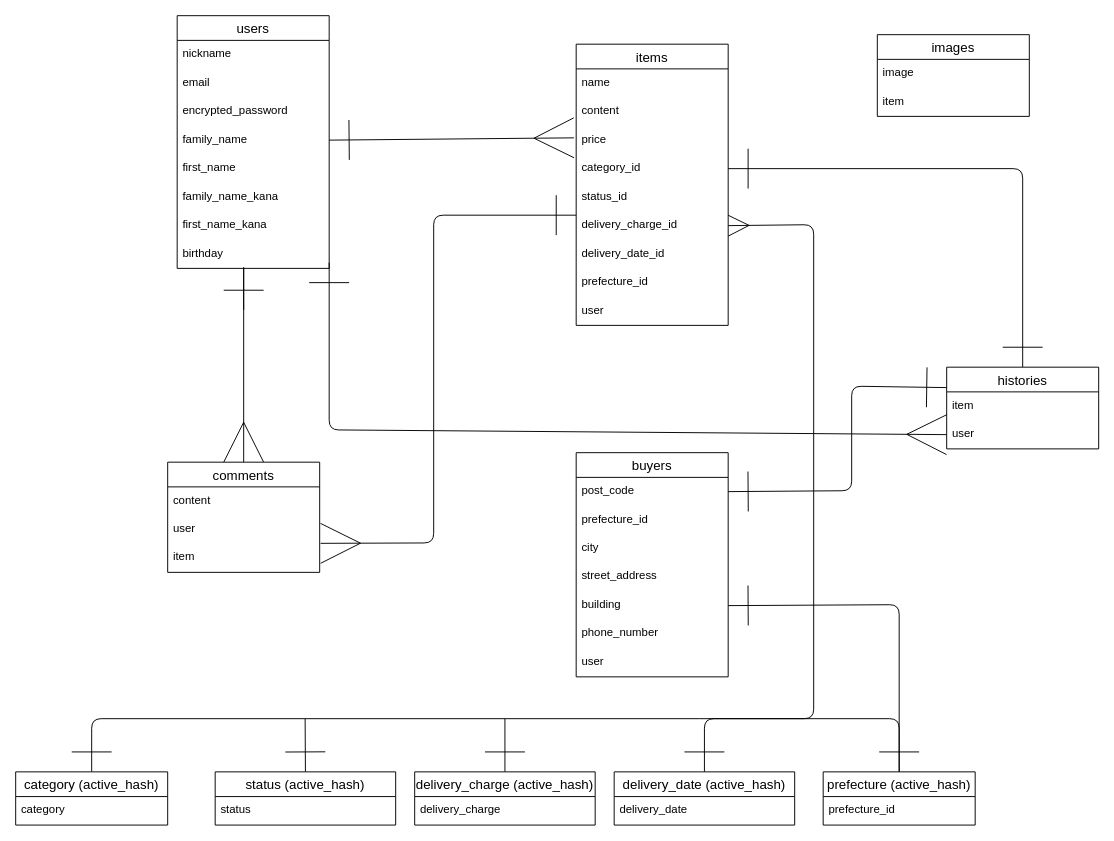
Above: test.dio in yuya-taka/furima-laiblitz-b (draw.io), before the change. Source tidied: cells renumbered, new cells numbered last; positions are measured from the earlier drawing's top-left corner, leaving out a move shared by most shapes. Both pictures are drawn from the tidied source at 95%, with x=0, y=0 at pixel (15, 15).
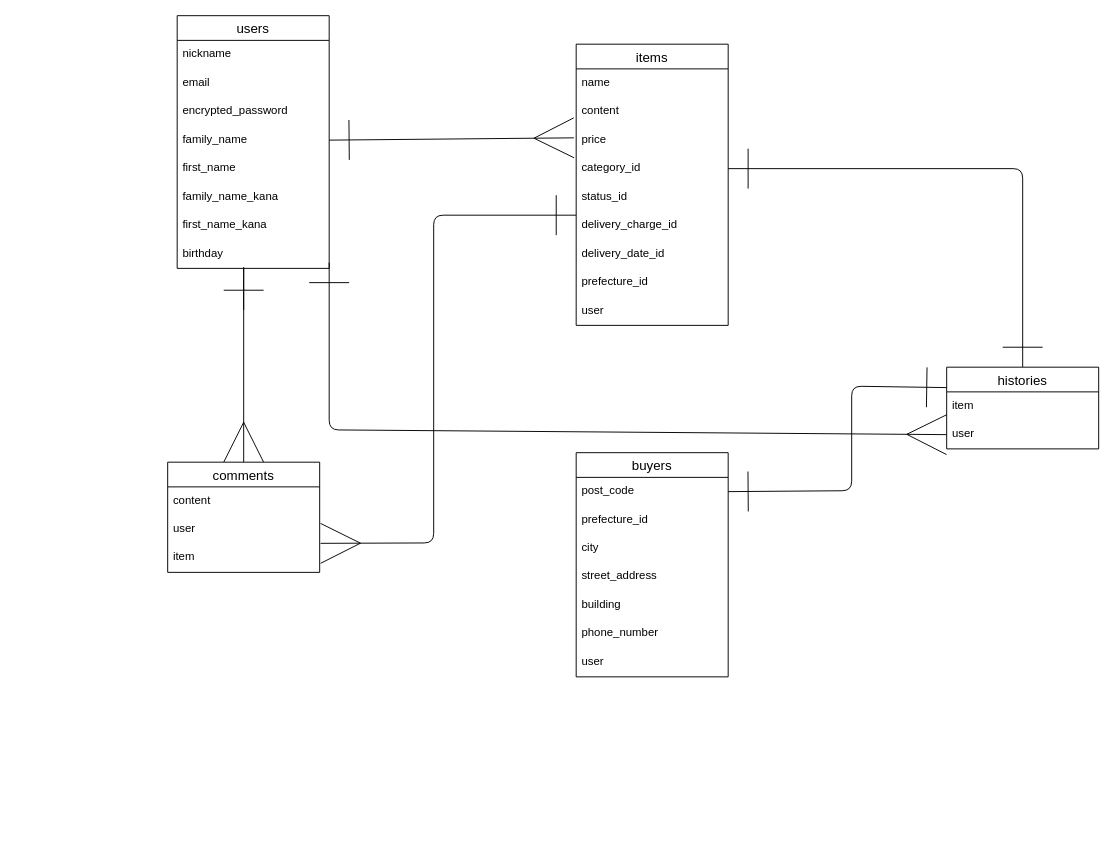
After the change.

Unchanged cells that the change refers to:
```xml
<mxCell id="17" value="delivery_charge_id" style="text;strokeColor=none;fillColor=none;spacingLeft=4;spacingRight=4;overflow=hidden;points=[[0,0.5],[1,0.5]];portConstraint=eastwest;fontSize=12;" parent="11" vertex="1">
  <mxGeometry y="176" width="160" height="30" as="geometry" />
</mxCell>
<mxCell id="26" value="building" style="text;strokeColor=none;fillColor=none;spacingLeft=4;spacingRight=4;overflow=hidden;points=[[0,0.5],[1,0.5]];portConstraint=eastwest;fontSize=12;" parent="21" vertex="1">
  <mxGeometry y="146" width="160" height="30" as="geometry" />
</mxCell>
```

What changed in the source:
```diff
@@
-    <mxCell id="36" style="edgeStyle=none;html=1;strokeWidth=1;startArrow=ERone;startFill=0;endArrow=none;endFill=0;startSize=40;endSize=40;exitX=0.5;exitY=0;exitDx=0;exitDy=0;" parent="1" edge="1" source="37">
-      <mxGeometry relative="1" as="geometry">
-        <mxPoint x="720" y="740" as="targetPoint" />
-        <Array as="points">
-          <mxPoint x="930" y="740" />
-        </Array>
-      </mxGeometry>
-    </mxCell>
-    <mxCell id="37" value="prefecture (active_hash)" style="swimlane;fontStyle=0;horizontal=1;startSize=26;align=center;fontSize=14;" parent="1" vertex="1">
-      <mxGeometry x="850" y="796" width="160" height="56" as="geometry" />
-    </mxCell>
-    <mxCell id="38" value="prefecture_id" style="text;strokeColor=none;fillColor=none;spacingLeft=4;spacingRight=4;overflow=hidden;fontSize=12;" parent="37" vertex="1">
-      <mxGeometry y="26" width="160" height="30" as="geometry" />
-    </mxCell>
-    <mxCell id="39" style="edgeStyle=none;html=1;strokeWidth=1;startArrow=ERone;startFill=0;endArrow=none;endFill=0;startSize=40;endSize=40;exitX=0.5;exitY=0;exitDx=0;exitDy=0;" parent="1" edge="1" source="40">
-      <mxGeometry relative="1" as="geometry">
-        <mxPoint x="515" y="740" as="targetPoint" />
-      </mxGeometry>
-    </mxCell>
-    <mxCell id="40" value="delivery_charge (active_hash)" style="swimlane;fontStyle=0;horizontal=1;startSize=26;align=center;fontSize=14;" parent="1" vertex="1">
-      <mxGeometry x="420" y="796" width="190" height="56" as="geometry" />
-    </mxCell>
-    <mxCell id="41" value="delivery_charge" style="text;strokeColor=none;fillColor=none;spacingLeft=4;spacingRight=4;overflow=hidden;fontSize=12;" parent="40" vertex="1">
-      <mxGeometry y="26" width="190" height="30" as="geometry" />
-    </mxCell>
-    <mxCell id="42" style="edgeStyle=none;html=1;exitX=0.5;exitY=0;exitDx=0;exitDy=0;strokeWidth=1;startArrow=ERone;startFill=0;endArrow=none;endFill=0;startSize=40;endSize=40;" parent="1" edge="1" source="43">
-      <mxGeometry relative="1" as="geometry">
-        <mxPoint x="720" y="740" as="targetPoint" />
-        <Array as="points">
-          <mxPoint x="80" y="740" />
-        </Array>
-      </mxGeometry>
-    </mxCell>
-    <mxCell id="43" value="category (active_hash)" style="swimlane;fontStyle=0;horizontal=1;startSize=26;align=center;fontSize=14;" parent="1" vertex="1">
-      <mxGeometry y="796" width="160" height="56" as="geometry" />
-    </mxCell>
-    <mxCell id="44" value="category" style="text;strokeColor=none;fillColor=none;spacingLeft=4;spacingRight=4;overflow=hidden;fontSize=12;" parent="43" vertex="1">
-      <mxGeometry y="26" width="160" height="30" as="geometry" />
-    </mxCell>
-    <mxCell id="45" style="edgeStyle=none;html=1;exitX=0.5;exitY=0;exitDx=0;exitDy=0;strokeWidth=1;startArrow=ERone;startFill=0;endArrow=ERmany;endFill=0;startSize=40;endSize=20;entryX=1;entryY=0.5;entryDx=0;entryDy=0;" parent="1" edge="1" source="46" target="17">
-      <mxGeometry relative="1" as="geometry">
-        <Array as="points">
-          <mxPoint x="725" y="740" />
-          <mxPoint x="840" y="740" />
-          <mxPoint x="840" y="220" />
-        </Array>
-      </mxGeometry>
-    </mxCell>
-    <mxCell id="46" value="delivery_date (active_hash)" style="swimlane;fontStyle=0;horizontal=1;startSize=26;align=center;fontSize=14;" parent="1" vertex="1">
-      <mxGeometry x="630" y="796" width="190" height="56" as="geometry" />
-    </mxCell>
-    <mxCell id="47" value="delivery_date" style="text;strokeColor=none;fillColor=none;spacingLeft=4;spacingRight=4;overflow=hidden;fontSize=12;" parent="46" vertex="1">
-      <mxGeometry y="26" width="190" height="30" as="geometry" />
-    </mxCell>
-    <mxCell id="48" style="edgeStyle=none;html=1;exitX=0.5;exitY=0;exitDx=0;exitDy=0;strokeWidth=1;startArrow=ERone;startFill=0;endArrow=none;endFill=0;startSize=40;endSize=40;" parent="1" edge="1" source="49">
-      <mxGeometry relative="1" as="geometry">
-        <mxPoint x="304.7" y="740" as="targetPoint" />
-      </mxGeometry>
-    </mxCell>
-    <mxCell id="49" value="status (active_hash)" style="swimlane;fontStyle=0;horizontal=1;startSize=26;align=center;fontSize=14;" parent="1" vertex="1">
-      <mxGeometry x="210" y="796" width="190" height="56" as="geometry" />
-    </mxCell>
-    <mxCell id="50" value="status" style="text;strokeColor=none;fillColor=none;spacingLeft=4;spacingRight=4;overflow=hidden;fontSize=12;" parent="49" vertex="1">
-      <mxGeometry y="26" width="190" height="30" as="geometry" />
-    </mxCell>
@@
-    <mxCell id="55" value="images" style="swimlane;fontStyle=0;horizontal=1;startSize=26;align=center;fontSize=14;" parent="1" vertex="1">
-      <mxGeometry x="907" y="20" width="160" height="86" as="geometry" />
-    </mxCell>
-    <mxCell id="56" value="image" style="text;strokeColor=none;fillColor=none;spacingLeft=4;spacingRight=4;overflow=hidden;fontSize=12;" parent="55" vertex="1">
-      <mxGeometry y="26" width="160" height="30" as="geometry" />
-    </mxCell>
-    <mxCell id="57" value="item" style="text;strokeColor=none;fillColor=none;spacingLeft=4;spacingRight=4;overflow=hidden;fontSize=12;" parent="55" vertex="1">
-      <mxGeometry y="56" width="160" height="30" as="geometry" />
-    </mxCell>
@@
-    <mxCell id="59" style="edgeStyle=none;html=1;exitX=1;exitY=0.5;exitDx=0;exitDy=0;strokeWidth=1;startArrow=ERone;startFill=0;endArrow=none;endFill=0;startSize=40;endSize=20;entryX=0.5;entryY=0;entryDx=0;entryDy=0;" parent="1" edge="1" source="26" target="37">
-      <mxGeometry relative="1" as="geometry">
-        <Array as="points">
-          <mxPoint x="930" y="620" />
-        </Array>
-      </mxGeometry>
-    </mxCell>
```
